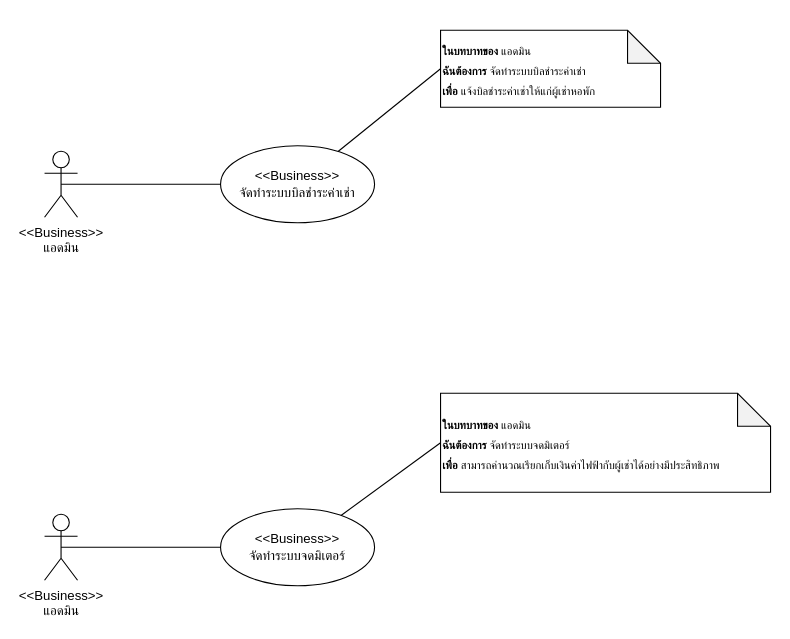
nunpromporn/SE keeps this draw.io diagram as page "business" (4 of 16) of SE.drawio. Above is the earlier version. Source tidied: cells renumbered, new cells numbered last; positions are measured from the earlier drawing's top-left corner, leaving out a move shared by most shapes. Both pictures are drawn from the tidied source at 110%, with x=0, y=0 at pixel (44, 30).
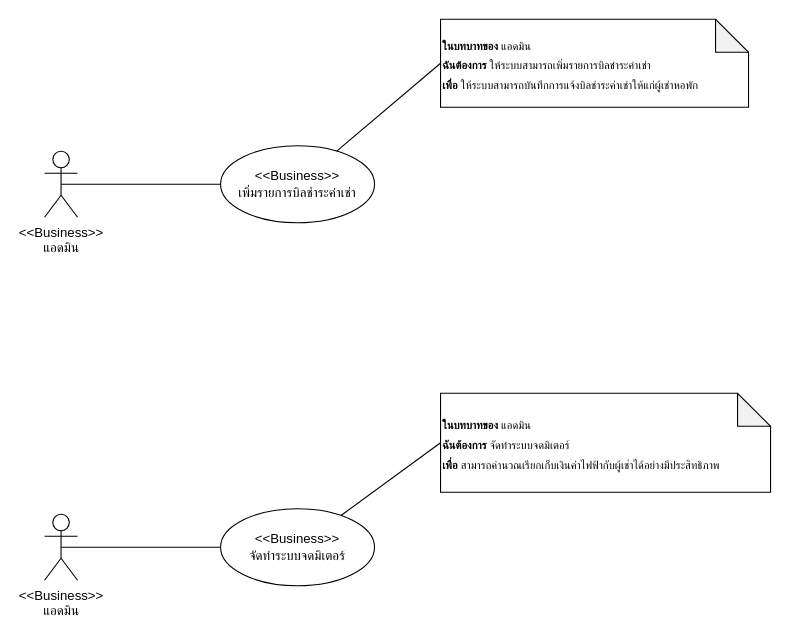
Above is the later version.

Diff of the diagram source:
```diff
@@
 <mxGraphModel>
   <root>
     <mxCell id="0" />
     <mxCell id="1" parent="0" />
     <mxCell id="2" value="&amp;lt;&amp;lt;Business&amp;gt;&amp;gt;&lt;br&gt;แอดมิน" style="shape=umlActor;verticalLabelPosition=bottom;verticalAlign=top;html=1;outlineConnect=0;" parent="1" vertex="1">
       <mxGeometry y="110" width="30" height="60" as="geometry" />
     </mxCell>
-    <mxCell id="3" value="&lt;font size=&quot;1&quot;&gt;&lt;b&gt;ในบทบาทของ &lt;/b&gt;แอดมิน&lt;br&gt;&lt;b&gt;ฉันต้องการ &lt;/b&gt;จัดทำระบบบิลชำระค่าเช่า&lt;br&gt;&lt;b&gt;เพื่อ &lt;/b&gt;แจ้งบิลชำระค่าเช่าให้แก่ผู้เช่าหอพัก&lt;br&gt;&lt;/font&gt;" style="shape=note;whiteSpace=wrap;html=1;backgroundOutline=1;darkOpacity=0.05;fontFamily=Helvetica;fontSize=15;align=left;" parent="1" vertex="1">
-      <mxGeometry x="360" width="200" height="70" as="geometry" />
+    <mxCell id="3" value="&lt;font size=&quot;1&quot;&gt;&lt;b&gt;ในบทบาทของ &lt;/b&gt;แอดมิน&lt;br&gt;&lt;b&gt;ฉันต้องการ &lt;/b&gt;ให้ระบบสามารถเพิ่มรายการบิลชำระค่าเช่า&lt;br&gt;&lt;b&gt;เพื่อ &lt;/b&gt;ให้ระบบสามารถบันทึกการแจ้งบิลชำระค่าเช่าให้แก่ผู้เช่าหอพัก&lt;br&gt;&lt;/font&gt;" style="shape=note;whiteSpace=wrap;html=1;backgroundOutline=1;darkOpacity=0.05;fontFamily=Helvetica;fontSize=15;align=left;" parent="1" vertex="1">
+      <mxGeometry x="360" y="-10" width="280" height="80" as="geometry" />
     </mxCell>
-    <mxCell id="4" value="&amp;lt;&amp;lt;Business&amp;gt;&amp;gt;&lt;br&gt;จัดทำระบบบิลชำระค่าเช่า" style="ellipse;whiteSpace=wrap;html=1;" parent="1" vertex="1">
+    <mxCell id="4" value="&amp;lt;&amp;lt;Business&amp;gt;&amp;gt;&lt;br&gt;เพิ่มรายการบิลชำระค่าเช่า" style="ellipse;whiteSpace=wrap;html=1;" parent="1" vertex="1">
       <mxGeometry x="160" y="105" width="140" height="70" as="geometry" />
     </mxCell>
     <mxCell id="5" style="endArrow=none;endFill=1;endSize=12;html=1;rounded=0;exitX=0.5;exitY=0.5;exitDx=0;exitDy=0;exitPerimeter=0;entryX=0;entryY=0.5;entryDx=0;entryDy=0;" parent="1" edge="1" source="2" target="4">
       <mxGeometry relative="1" as="geometry" />
     </mxCell>
     <mxCell id="6" style="endArrow=none;endFill=1;endSize=12;html=1;rounded=0;entryX=0;entryY=0.5;entryDx=0;entryDy=0;entryPerimeter=0;" parent="1" edge="1" source="4" target="3">
       <mxGeometry relative="1" as="geometry" />
     </mxCell>
     <mxCell id="7" value="&amp;lt;&amp;lt;Business&amp;gt;&amp;gt;&lt;br&gt;แอดมิน" style="shape=umlActor;verticalLabelPosition=bottom;verticalAlign=top;html=1;outlineConnect=0;" parent="1" vertex="1">
       <mxGeometry y="440" width="30" height="60" as="geometry" />
     </mxCell>
     <mxCell id="8" value="&lt;font size=&quot;1&quot;&gt;&lt;b&gt;ในบทบาทของ &lt;/b&gt;แอดมิน&lt;br&gt;&lt;b&gt;ฉันต้องการ &lt;/b&gt;จัดทำระบบจดมิเตอร์&lt;br&gt;&lt;b&gt;เพื่อ &lt;/b&gt;สามารถคำนวณเรียกเก็บเงินค่าไฟฟ้ากับผู้เช่าได้อย่างมีประสิทธิภาพ&lt;br&gt;&lt;/font&gt;" style="shape=note;whiteSpace=wrap;html=1;backgroundOutline=1;darkOpacity=0.05;fontFamily=Helvetica;fontSize=15;align=left;" parent="1" vertex="1">
       <mxGeometry x="360" y="330" width="300" height="90" as="geometry" />
     </mxCell>
     <mxCell id="9" value="&amp;lt;&amp;lt;Business&amp;gt;&amp;gt;&lt;br&gt;จัดทำระบบจดมิเตอร์" style="ellipse;whiteSpace=wrap;html=1;" parent="1" vertex="1">
       <mxGeometry x="160" y="435" width="140" height="70" as="geometry" />
     </mxCell>
     <mxCell id="10" style="endArrow=none;endFill=1;endSize=12;html=1;rounded=0;exitX=0.5;exitY=0.5;exitDx=0;exitDy=0;exitPerimeter=0;entryX=0;entryY=0.5;entryDx=0;entryDy=0;" parent="1" edge="1" source="7" target="9">
       <mxGeometry relative="1" as="geometry" />
     </mxCell>
     <mxCell id="11" style="endArrow=none;endFill=1;endSize=12;html=1;rounded=0;entryX=0;entryY=0.5;entryDx=0;entryDy=0;entryPerimeter=0;" parent="1" edge="1" source="9" target="8">
       <mxGeometry relative="1" as="geometry" />
     </mxCell>
   </root>
 </mxGraphModel>
```
